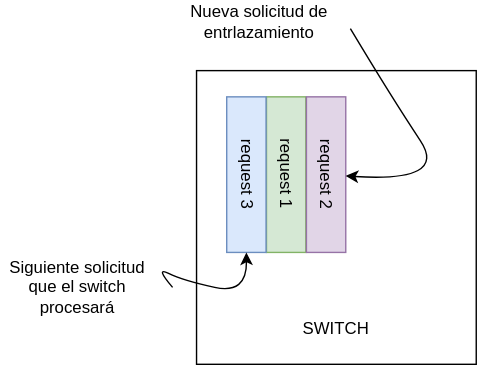
This is Diagramas/Red/tec-switchFIFO.svg from davidpcuvigo/quantumcity, a draw.io export, as it was before one commit. Source tidied: cells renumbered, new cells last; positions are measured from the earlier drawing's top-left corner, leaving out a move shared by most shapes. Source of this version:
```xml
<mxGraphModel>
  <root>
    <mxCell id="0" />
    <mxCell id="1" parent="0" />
    <mxCell id="2" style="rounded=0;whiteSpace=wrap;html=1;" parent="1" vertex="1">
      <mxGeometry x="140" y="50" width="200" height="210" as="geometry" />
    </mxCell>
    <mxCell id="3" value="request 1" style="rounded=0;whiteSpace=wrap;html=1;rotation=90;fillColor=#d5e8d4;strokeColor=#82b366;" parent="1" vertex="1">
      <mxGeometry x="148.4" y="110.3" width="111.2" height="28.1" as="geometry" />
    </mxCell>
    <mxCell id="4" value="request 3" style="rounded=0;whiteSpace=wrap;html=1;rotation=90;fillColor=#dae8fc;strokeColor=#6c8ebf;" parent="1" vertex="1">
      <mxGeometry x="120" y="110.3" width="111.2" height="28.1" as="geometry" />
    </mxCell>
    <mxCell id="5" value="request 2" style="rounded=0;whiteSpace=wrap;html=1;rotation=90;fillColor=#e1d5e7;strokeColor=#9673a6;" parent="1" vertex="1">
      <mxGeometry x="177" y="110.3" width="111.2" height="28.1" as="geometry" />
    </mxCell>
    <mxCell id="6" value="Nueva solicitud de entrlazamiento" style="text;html=1;align=center;verticalAlign=middle;whiteSpace=wrap;rounded=0;" parent="1" vertex="1">
      <mxGeometry x="130" width="110" height="30" as="geometry" />
    </mxCell>
    <mxCell id="7" style="curved=1;endArrow=classic;html=1;rounded=0;" parent="1" edge="1" target="5">
      <mxGeometry relative="1" as="geometry">
        <mxPoint x="250" y="20" as="sourcePoint" />
        <Array as="points">
          <mxPoint x="280" y="70" />
          <mxPoint x="320" y="130" />
        </Array>
      </mxGeometry>
    </mxCell>
    <mxCell id="8" value="SWITCH" style="text;html=1;align=center;verticalAlign=middle;whiteSpace=wrap;rounded=0;" parent="1" vertex="1">
      <mxGeometry x="210" y="220" width="60" height="30" as="geometry" />
    </mxCell>
    <mxCell id="9" value="Siguiente solicitud que el switch procesará" style="text;html=1;align=center;verticalAlign=middle;whiteSpace=wrap;rounded=0;" parent="1" vertex="1">
      <mxGeometry y="190" width="110" height="30" as="geometry" />
    </mxCell>
    <mxCell id="10" style="curved=1;endArrow=classic;html=1;rounded=0;exitX=1.117;exitY=0.5;exitDx=0;exitDy=0;exitPerimeter=0;entryX=1;entryY=0.5;entryDx=0;entryDy=0;" parent="1" edge="1" source="9" target="4">
      <mxGeometry relative="1" as="geometry">
        <Array as="points">
          <mxPoint x="110" y="190" />
          <mxPoint x="130" y="200" />
          <mxPoint x="176" y="210" />
        </Array>
      </mxGeometry>
    </mxCell>
  </root>
</mxGraphModel>
```
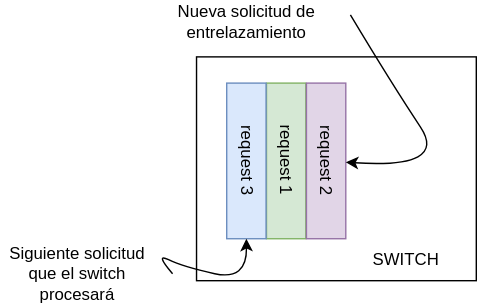
Above is the later version.

The edit, as a diff of the source:
```diff
@@ -3,7 +3,7 @@
     <mxCell id="0" />
     <mxCell id="1" parent="0" />
     <mxCell id="2" style="rounded=0;whiteSpace=wrap;html=1;" parent="1" vertex="1">
-      <mxGeometry x="140" y="50" width="200" height="210" as="geometry" />
+      <mxGeometry x="140" y="50" width="200" height="160" as="geometry" />
     </mxCell>
     <mxCell id="3" value="request 1" style="rounded=0;whiteSpace=wrap;html=1;rotation=90;fillColor=#d5e8d4;strokeColor=#82b366;" parent="1" vertex="1">
       <mxGeometry x="148.4" y="110.3" width="111.2" height="28.1" as="geometry" />
@@ -14,8 +14,8 @@
     <mxCell id="5" value="request 2" style="rounded=0;whiteSpace=wrap;html=1;rotation=90;fillColor=#e1d5e7;strokeColor=#9673a6;" parent="1" vertex="1">
       <mxGeometry x="177" y="110.3" width="111.2" height="28.1" as="geometry" />
     </mxCell>
-    <mxCell id="6" value="Nueva solicitud de entrlazamiento" style="text;html=1;align=center;verticalAlign=middle;whiteSpace=wrap;rounded=0;" parent="1" vertex="1">
-      <mxGeometry x="130" width="110" height="30" as="geometry" />
+    <mxCell id="6" value="Nueva solicitud de entrelazamiento" style="text;html=1;align=center;verticalAlign=middle;whiteSpace=wrap;rounded=0;" parent="1" vertex="1">
+      <mxGeometry x="121.2" y="10" width="110" height="30" as="geometry" />
     </mxCell>
     <mxCell id="7" style="curved=1;endArrow=classic;html=1;rounded=0;" parent="1" edge="1" target="5">
       <mxGeometry relative="1" as="geometry">
@@ -27,7 +27,7 @@
       </mxGeometry>
     </mxCell>
     <mxCell id="8" value="SWITCH" style="text;html=1;align=center;verticalAlign=middle;whiteSpace=wrap;rounded=0;" parent="1" vertex="1">
-      <mxGeometry x="210" y="220" width="60" height="30" as="geometry" />
+      <mxGeometry x="259.7" y="180" width="60" height="30" as="geometry" />
     </mxCell>
     <mxCell id="9" value="Siguiente solicitud que el switch procesará" style="text;html=1;align=center;verticalAlign=middle;whiteSpace=wrap;rounded=0;" parent="1" vertex="1">
       <mxGeometry y="190" width="110" height="30" as="geometry" />
```
